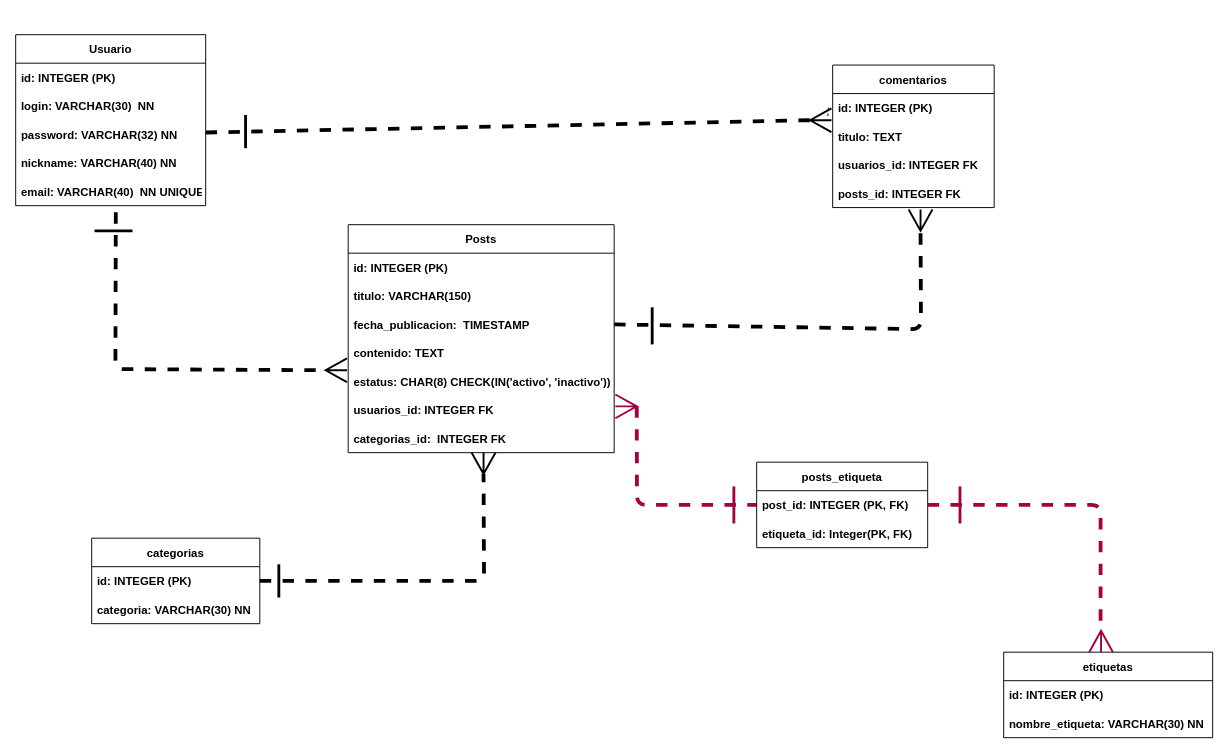
Before: page "Diagrama Fisico" (3 of 3) of diagramaER/tipos de datos.drawio in Mateodiaz401/dise-o-db-blogs, a draw.io diagram. Source tidied: cells renumbered, new cells numbered last; positions are measured from the earlier drawing's top-left corner, leaving out a move shared by most shapes. Both pictures are drawn from the tidied source at 95%, with x=0, y=0 at pixel (15, 34).
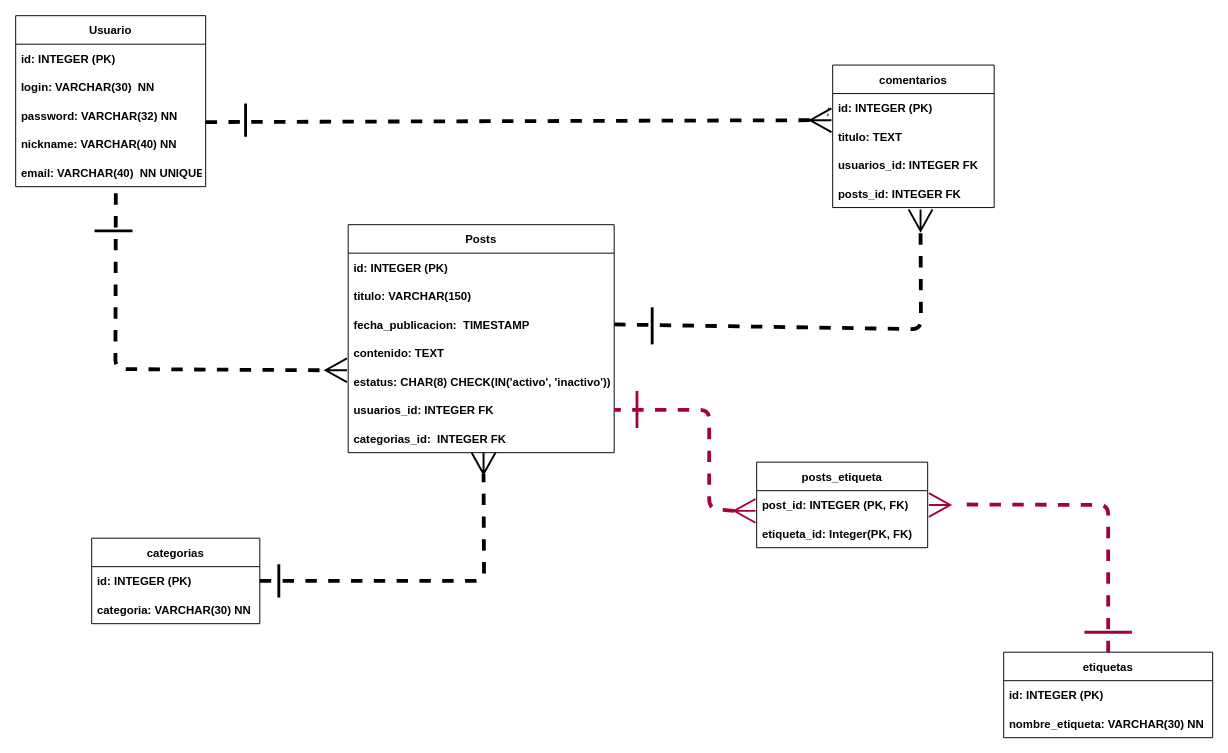
The same diagram, later.

Commit message:
fis relation table

The change refers to these unchanged cells:
```xml
<mxCell id="5" value="password: VARCHAR(32) NN" style="text;strokeColor=none;fillColor=none;align=left;verticalAlign=middle;spacingLeft=4;spacingRight=4;overflow=hidden;points=[[0,0.5],[1,0.5]];portConstraint=eastwest;fontStyle=1;" parent="2" vertex="1">
  <mxGeometry y="90" width="200" height="30" as="geometry" />
</mxCell>
<mxCell id="14" value="usuarios_id: INTEGER FK" style="text;strokeColor=none;fillColor=none;align=left;verticalAlign=middle;spacingLeft=4;spacingRight=4;overflow=hidden;points=[[0,0.5],[1,0.5]];portConstraint=eastwest;fontStyle=1;fontSize=12;" parent="8" vertex="1">
  <mxGeometry y="180" width="280" height="30" as="geometry" />
</mxCell>
<mxCell id="24" value="etiquetas" style="swimlane;fontStyle=1;horizontal=1;startSize=30;" parent="1" vertex="1">
  <mxGeometry x="1040" y="650" width="220" height="90" as="geometry" />
</mxCell>
<mxCell id="28" style="shape=mxgraph.pid.feeders.spray_nozzle;html=1;align=center;verticalLabelPosition=bottom;verticalAlign=top;dashed=0;fontSize=12;rotation=-90;strokeWidth=2;" parent="1" vertex="1">
  <mxGeometry x="835" y="78.8" width="25" height="22.5" as="geometry" />
</mxCell>
<mxCell id="43" value="post_id: INTEGER (PK, FK)" style="text;strokeColor=none;fillColor=none;align=left;verticalAlign=middle;spacingLeft=4;spacingRight=4;overflow=hidden;points=[[0,0.5],[1,0.5]];portConstraint=eastwest;fontStyle=1;" parent="42" vertex="1">
  <mxGeometry y="30" width="180" height="30" as="geometry" />
</mxCell>
```

Change to the diagram source:
```diff
@@
     <mxCell id="2" value="Usuario" style="swimlane;fontStyle=1;horizontal=1;startSize=30;" parent="1" vertex="1">
-      <mxGeometry width="200" height="180" as="geometry" />
+      <mxGeometry y="-20" width="200" height="180" as="geometry" />
     </mxCell>
@@
-    <mxCell id="32" style="shape=mxgraph.pid.feeders.spray_nozzle;html=1;align=center;verticalLabelPosition=bottom;verticalAlign=top;dashed=0;fontSize=12;rotation=90;strokeWidth=2;fillColor=#d80073;fontColor=#ffffff;strokeColor=#A50040;" parent="1" vertex="1">
-      <mxGeometry x="630" y="380" width="25" height="22.5" as="geometry" />
+    <mxCell id="32" style="shape=mxgraph.pid.feeders.spray_nozzle;html=1;align=center;verticalLabelPosition=bottom;verticalAlign=top;dashed=0;fontSize=12;rotation=-90;strokeWidth=2;fillColor=#d80073;fontColor=#ffffff;strokeColor=#A50040;" parent="1" vertex="1">
+      <mxGeometry x="755" y="490" width="25" height="22.5" as="geometry" />
     </mxCell>
-    <mxCell id="33" style="endArrow=none;dashed=1;html=1;fontSize=12;strokeWidth=4;exitX=0.5;exitY=0;exitDx=0;exitDy=0;exitPerimeter=0;fillColor=#d80073;strokeColor=#A50040;entryX=0;entryY=0.5;entryDx=0;entryDy=0;" parent="1" edge="1" source="32" target="43">
+    <mxCell id="33" style="endArrow=none;dashed=1;html=1;fontSize=12;strokeWidth=4;exitX=0.5;exitY=0;exitDx=0;exitDy=0;exitPerimeter=0;fillColor=#d80073;strokeColor=#A50040;entryX=1;entryY=0.5;entryDx=0;entryDy=0;" parent="1" edge="1" source="32" target="14">
       <mxGeometry relative="1" as="geometry">
         <Array as="points">
-          <mxPoint x="654" y="495" />
+          <mxPoint x="730" y="499" />
+          <mxPoint x="730" y="395" />
         </Array>
       </mxGeometry>
     </mxCell>
@@
-    <mxCell id="36" style="endArrow=none;dashed=1;html=1;fontSize=12;strokeWidth=4;entryX=0.5;entryY=0;entryDx=0;entryDy=0;entryPerimeter=0;" parent="1" edge="1" source="5" target="28">
-      <mxGeometry relative="1" as="geometry" />
+    <mxCell id="36" style="endArrow=none;dashed=1;html=1;fontSize=12;strokeWidth=4;entryX=0.5;entryY=0;entryDx=0;entryDy=0;entryPerimeter=0;" parent="1" edge="1" target="28">
+      <mxGeometry relative="1" as="geometry">
+        <mxPoint x="200" y="92" as="sourcePoint" />
+      </mxGeometry>
     </mxCell>
@@
     <mxCell id="40" style="endArrow=none;html=1;fontSize=12;strokeWidth=3;" parent="1" edge="1">
       <mxGeometry relative="1" as="geometry">
-        <mxPoint x="242" y="119.5" as="sourcePoint" />
-        <mxPoint x="242" y="84.5" as="targetPoint" />
+        <mxPoint x="242" y="107.5" as="sourcePoint" />
+        <mxPoint x="242" y="72.5" as="targetPoint" />
       </mxGeometry>
     </mxCell>
@@
-    <mxCell id="45" style="endArrow=none;dashed=1;html=1;fontSize=12;strokeWidth=4;exitX=1;exitY=0.5;exitDx=0;exitDy=0;entryX=0.48;entryY=-0.333;entryDx=0;entryDy=0;entryPerimeter=0;fillColor=#d80073;strokeColor=#A50040;" parent="1" edge="1" source="43" target="47">
+    <mxCell id="45" style="endArrow=none;dashed=1;html=1;fontSize=12;strokeWidth=4;exitX=0.5;exitY=0;exitDx=0;exitDy=0;entryX=0.48;entryY=-0.333;entryDx=0;entryDy=0;entryPerimeter=0;fillColor=#d80073;strokeColor=#A50040;" parent="1" edge="1" source="24" target="47">
       <mxGeometry relative="1" as="geometry">
         <Array as="points">
-          <mxPoint x="1142" y="495" />
+          <mxPoint x="1150" y="495" />
         </Array>
       </mxGeometry>
     </mxCell>
     <mxCell id="46" style="endArrow=none;html=1;fontSize=12;strokeWidth=3;fillColor=#d80073;strokeColor=#A50040;" parent="1" edge="1">
       <mxGeometry relative="1" as="geometry">
-        <mxPoint x="756" y="514.5" as="sourcePoint" />
-        <mxPoint x="756" y="475.5" as="targetPoint" />
+        <mxPoint x="654" y="414" as="sourcePoint" />
+        <mxPoint x="654" y="375" as="targetPoint" />
         <Array as="points">
-          <mxPoint x="756" y="514.5" />
+          <mxPoint x="654" y="414" />
         </Array>
       </mxGeometry>
     </mxCell>
-    <mxCell id="47" style="shape=mxgraph.pid.feeders.spray_nozzle;html=1;align=center;verticalLabelPosition=bottom;verticalAlign=top;dashed=0;fontSize=12;rotation=0;strokeWidth=2;fillColor=#d80073;fontColor=#ffffff;strokeColor=#A50040;" parent="1" vertex="1">
-      <mxGeometry x="1130" y="627.5" width="25" height="22.5" as="geometry" />
+    <mxCell id="47" style="shape=mxgraph.pid.feeders.spray_nozzle;html=1;align=center;verticalLabelPosition=bottom;verticalAlign=top;dashed=0;fontSize=12;rotation=90;strokeWidth=2;fillColor=#d80073;fontColor=#ffffff;strokeColor=#A50040;" parent="1" vertex="1">
+      <mxGeometry x="960" y="483.8" width="25" height="22.5" as="geometry" />
     </mxCell>
     <mxCell id="48" style="endArrow=none;html=1;fontSize=12;strokeWidth=3;fillColor=#d80073;strokeColor=#A50040;" parent="1" edge="1">
       <mxGeometry relative="1" as="geometry">
-        <mxPoint x="994" y="514.5" as="sourcePoint" />
-        <mxPoint x="994" y="475.5" as="targetPoint" />
+        <mxPoint x="1175" y="629" as="sourcePoint" />
+        <mxPoint x="1125" y="629" as="targetPoint" />
         <Array as="points">
-          <mxPoint x="994" y="514.5" />
+          <mxPoint x="1175" y="629" />
         </Array>
       </mxGeometry>
     </mxCell>
```
